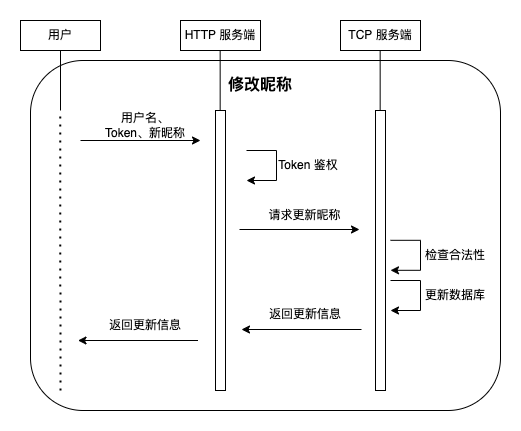
The draw.io diagram 文档材料/更改昵称.drawio.png in DingYuan0118/et_task, before a commit. Source tidied: cells renumbered, new cells last; positions are measured from the earlier drawing's top-left corner, leaving out a move shared by most shapes.
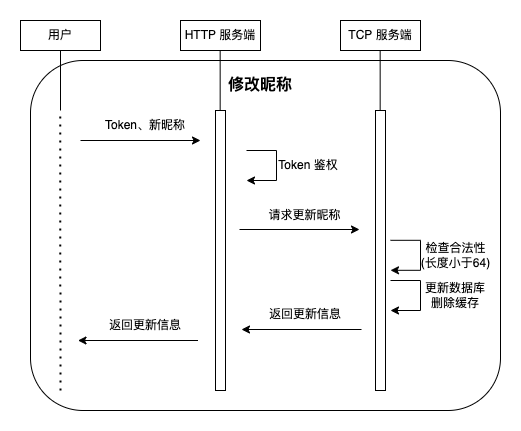
Later version of the same file.

The edit, as a diff of the source:
```diff
@@ -14,7 +14,7 @@
         </Array>
       </mxGeometry>
     </mxCell>
-    <mxCell id="4" value="更新数据库" style="text;html=1;strokeColor=none;fillColor=none;align=center;verticalAlign=middle;whiteSpace=wrap;rounded=0;" parent="1" vertex="1">
+    <mxCell id="4" value="更新数据库&lt;br&gt;删除缓存" style="text;html=1;strokeColor=none;fillColor=none;align=center;verticalAlign=middle;whiteSpace=wrap;rounded=0;" parent="1" vertex="1">
       <mxGeometry x="400" y="260" width="70" height="30" as="geometry" />
     </mxCell>
     <mxCell id="5" style="endArrow=classic;html=1;rounded=0;strokeWidth=1;" parent="1" edge="1">
@@ -35,8 +35,8 @@
         </Array>
       </mxGeometry>
     </mxCell>
-    <mxCell id="8" value="检查合法性" style="text;html=1;strokeColor=none;fillColor=none;align=center;verticalAlign=middle;whiteSpace=wrap;rounded=0;" parent="1" vertex="1">
-      <mxGeometry x="403" y="219.8" width="64" height="30" as="geometry" />
+    <mxCell id="8" value="检查合法性&lt;br&gt;(长度小于64)" style="text;html=1;strokeColor=none;fillColor=none;align=center;verticalAlign=middle;whiteSpace=wrap;rounded=0;" parent="1" vertex="1">
+      <mxGeometry x="396.5" y="219.8" width="77" height="30" as="geometry" />
     </mxCell>
     <mxCell id="9" style="endArrow=classic;html=1;rounded=0;strokeWidth=1;" parent="1" edge="1">
       <mxGeometry relative="1" as="geometry">
@@ -62,7 +62,7 @@
         <mxPoint x="180" y="120" as="targetPoint" />
       </mxGeometry>
     </mxCell>
-    <mxCell id="14" value="用户名、Token、新昵称" style="text;html=1;strokeColor=none;fillColor=none;align=center;verticalAlign=middle;whiteSpace=wrap;rounded=0;" parent="1" vertex="1">
+    <mxCell id="14" value="Token、新昵称" style="text;html=1;strokeColor=none;fillColor=none;align=center;verticalAlign=middle;whiteSpace=wrap;rounded=0;" parent="1" vertex="1">
       <mxGeometry x="80" y="90" width="90" height="30" as="geometry" />
     </mxCell>
     <mxCell id="15" style="edgeStyle=elbowEdgeStyle;elbow=horizontal;endArrow=classic;html=1;rounded=0;strokeWidth=1;" parent="1" edge="1">
```
